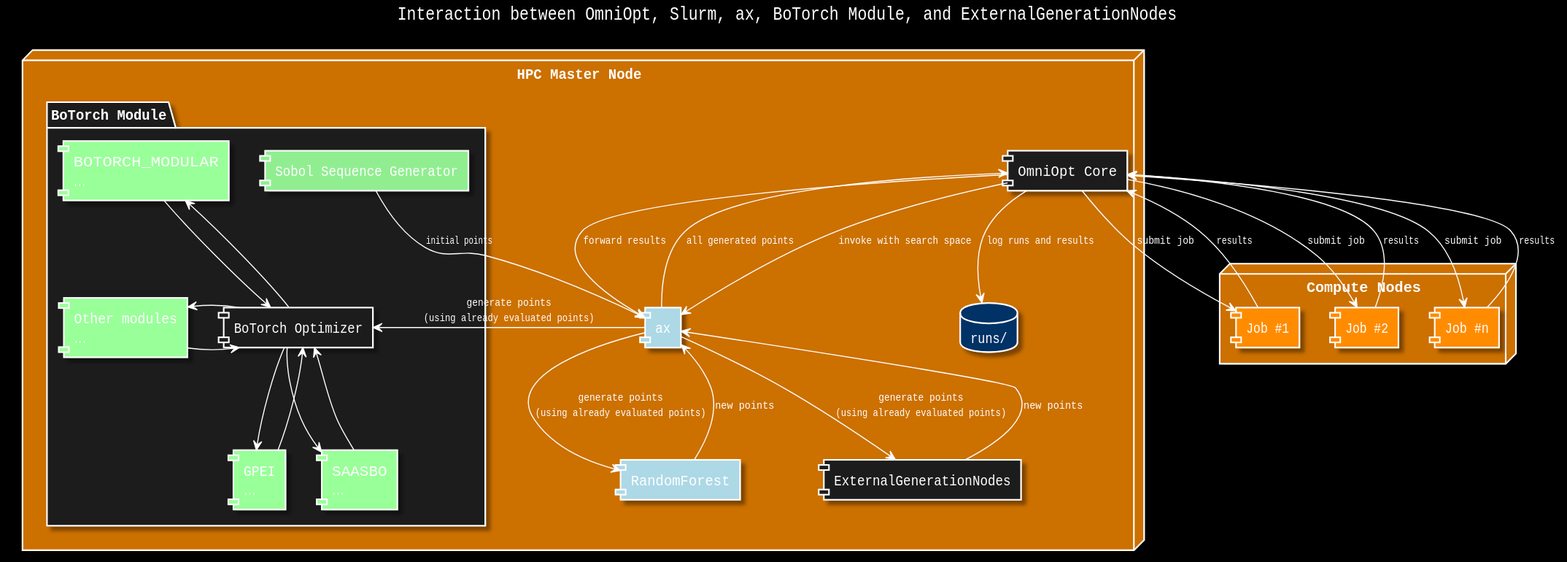
Above: .gui/documentation/output_dark_slurm/slurm.svg in NormanTUD/OmniOpt (PlantUML), before the change.
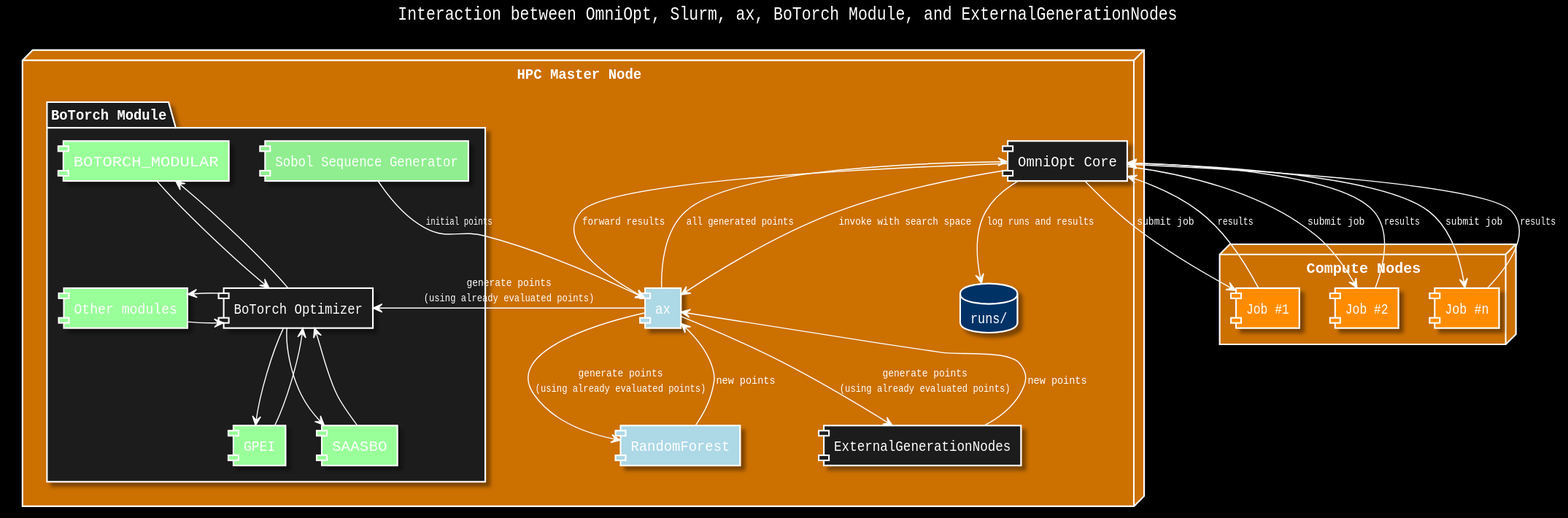
The same file after the commit.

What changed in the source:
```diff
@@ -35,10 +35,10 @@
     component "Sobol Sequence Generator" as sobol #LightGreen
     component "BoTorch Optimizer" as botorch
 
-    component "BOTORCH_MODULAR\n..." as modular #99FF99
-    component "GPEI\n..." as gpei #99FF99
-    component "SAASBO\n..." as saasbo #99FF99
-    component "Other modules\n..." as othermodules #99FF99
+    component "BOTORCH_MODULAR" as modular #99FF99
+    component "GPEI" as gpei #99FF99
+    component "SAASBO" as saasbo #99FF99
+    component "Other modules" as othermodules #99FF99
 
     botorch -down-> modular
     modular -> botorch
```
